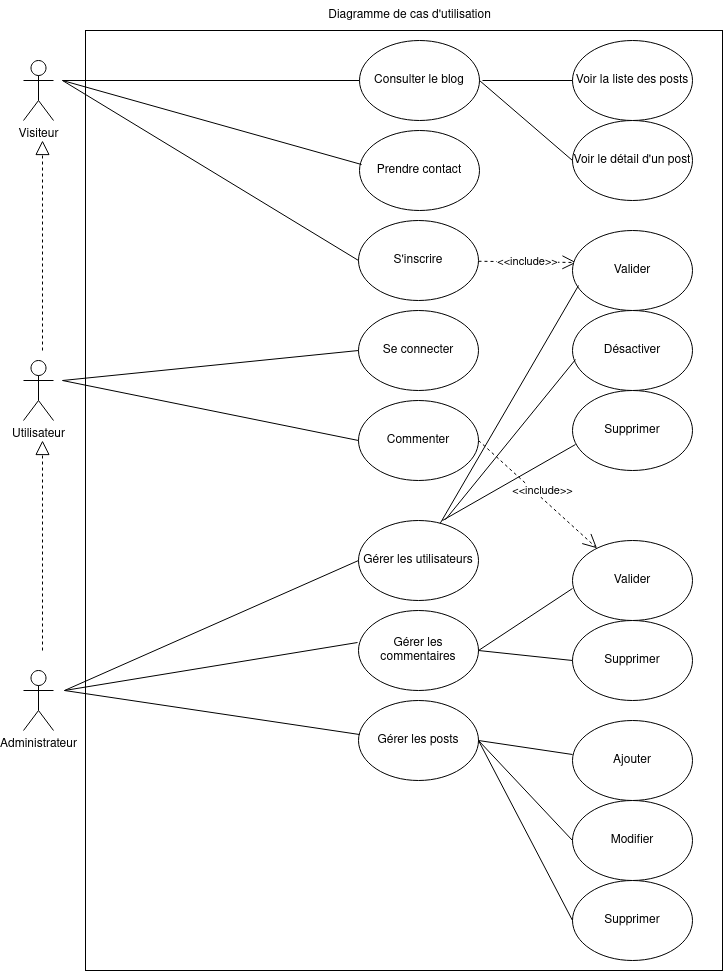
Earlier version of the draw.io export diagrams/diagramme_de_cas_d'utilisation_myfirstblog.drawio.png (j-lucea/MyFirstBlog). Source tidied: cells renumbered, new cells last; positions are measured from the earlier drawing's top-left corner, leaving out a move shared by most shapes.
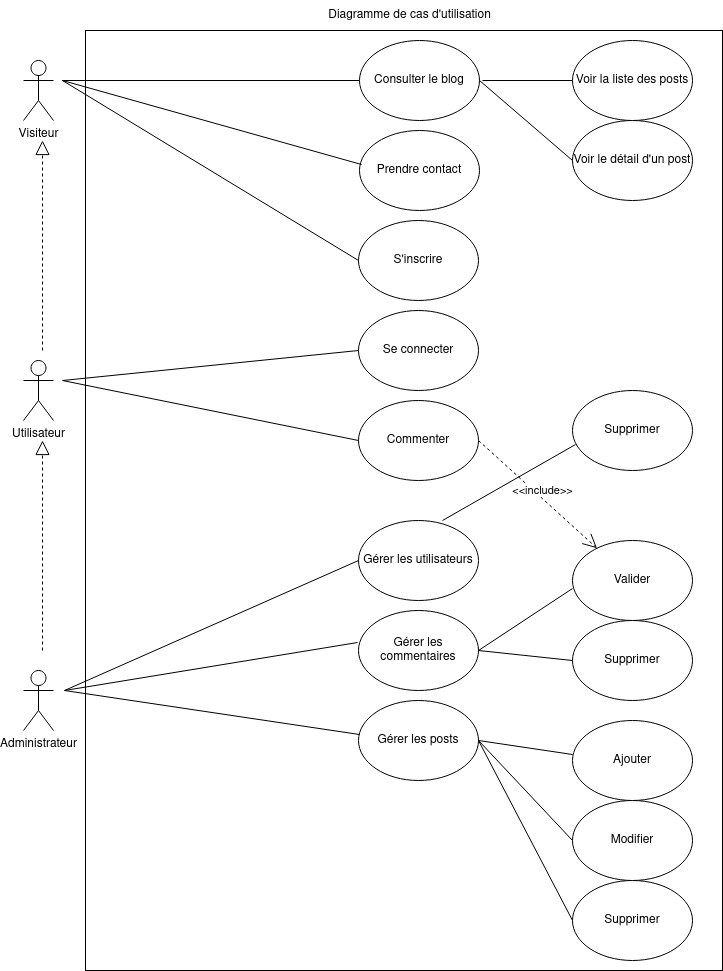
After the commit.

Change to the diagram source:
```diff
@@ -17,9 +17,6 @@
     <mxCell id="6" value="Gérer les commentaires" style="ellipse;whiteSpace=wrap;html=1;" parent="1" vertex="1">
       <mxGeometry x="335" y="610" width="120" height="80" as="geometry" />
     </mxCell>
-    <mxCell id="7" value="&amp;lt;&amp;lt;include&amp;gt;&amp;gt;" style="endArrow=open;endSize=12;dashed=1;html=1;rounded=0;entryX=0.033;entryY=0.4;entryDx=0;entryDy=0;entryPerimeter=0;" parent="1" edge="1" source="19" target="37">
-      <mxGeometry x="-0.01" relative="1" as="geometry" />
-    </mxCell>
     <mxCell id="8" value="Diagramme de cas d'utilisation" style="text;html=1;align=center;verticalAlign=middle;strokeColor=none;fillColor=none;" parent="1" vertex="1">
       <mxGeometry x="291" width="190" height="30" as="geometry" />
     </mxCell>
@@ -99,9 +96,6 @@
     <mxCell id="28" value="Ajouter" style="ellipse;whiteSpace=wrap;html=1;" parent="1" vertex="1">
       <mxGeometry x="549" y="720" width="120" height="80" as="geometry" />
     </mxCell>
-    <mxCell id="29" value="Désactiver" style="ellipse;whiteSpace=wrap;html=1;" parent="1" vertex="1">
-      <mxGeometry x="549" y="310" width="120" height="80" as="geometry" />
-    </mxCell>
     <mxCell id="30" value="Modifier" style="ellipse;whiteSpace=wrap;html=1;" parent="1" vertex="1">
       <mxGeometry x="549" y="800" width="120" height="80" as="geometry" />
     </mxCell>
@@ -123,21 +117,12 @@
     <mxCell id="36" style="endArrow=none;html=1;rounded=0;exitX=1;exitY=0.5;exitDx=0;exitDy=0;entryX=0;entryY=0.5;entryDx=0;entryDy=0;" parent="1" edge="1" source="6" target="35">
       <mxGeometry relative="1" as="geometry" />
     </mxCell>
-    <mxCell id="37" value="Valider" style="ellipse;whiteSpace=wrap;html=1;" parent="1" vertex="1">
-      <mxGeometry x="549" y="230" width="120" height="80" as="geometry" />
-    </mxCell>
     <mxCell id="38" style="endArrow=none;html=1;rounded=0;exitX=1;exitY=0.5;exitDx=0;exitDy=0;entryX=0;entryY=0.6;entryDx=0;entryDy=0;entryPerimeter=0;" parent="1" edge="1" source="6" target="13">
       <mxGeometry relative="1" as="geometry" />
     </mxCell>
     <mxCell id="39" value="Supprimer" style="ellipse;whiteSpace=wrap;html=1;" parent="1" vertex="1">
       <mxGeometry x="549" y="390" width="120" height="80" as="geometry" />
     </mxCell>
-    <mxCell id="40" style="endArrow=none;html=1;rounded=0;entryX=0.05;entryY=0.688;entryDx=0;entryDy=0;entryPerimeter=0;" parent="1" edge="1" source="4" target="37">
-      <mxGeometry relative="1" as="geometry" />
-    </mxCell>
-    <mxCell id="41" style="endArrow=none;html=1;rounded=0;exitX=0.725;exitY=-0.012;exitDx=0;exitDy=0;exitPerimeter=0;entryX=0.025;entryY=0.613;entryDx=0;entryDy=0;entryPerimeter=0;" parent="1" edge="1" source="4" target="29">
-      <mxGeometry relative="1" as="geometry" />
-    </mxCell>
     <mxCell id="42" style="endArrow=none;html=1;rounded=0;exitX=0.7;exitY=0;exitDx=0;exitDy=0;exitPerimeter=0;entryX=0.025;entryY=0.675;entryDx=0;entryDy=0;entryPerimeter=0;" parent="1" edge="1" source="4" target="39">
       <mxGeometry relative="1" as="geometry" />
     </mxCell>
```
